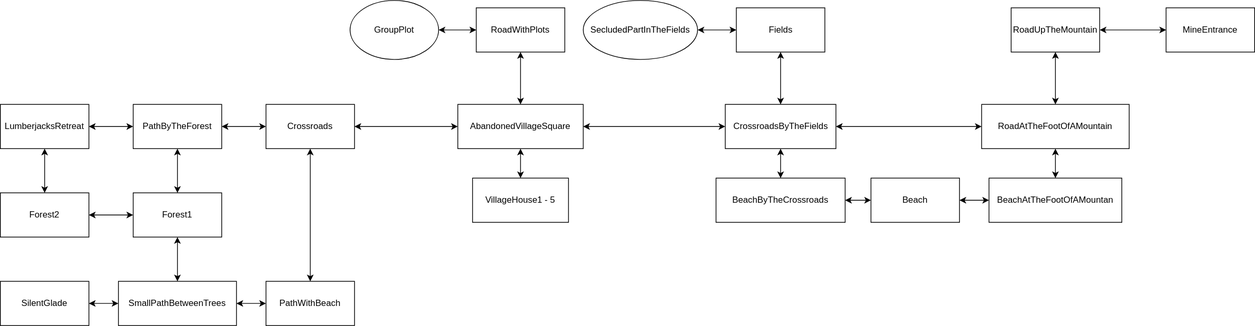
Flosus/CodeToSurvive keeps this draw.io diagram as documentation/Development/MapCeoncept.drawio.svg. Above is the earlier version. Source tidied: cells renumbered, new cells last; positions are measured from the earlier drawing's top-left corner, leaving out a move shared by most shapes.
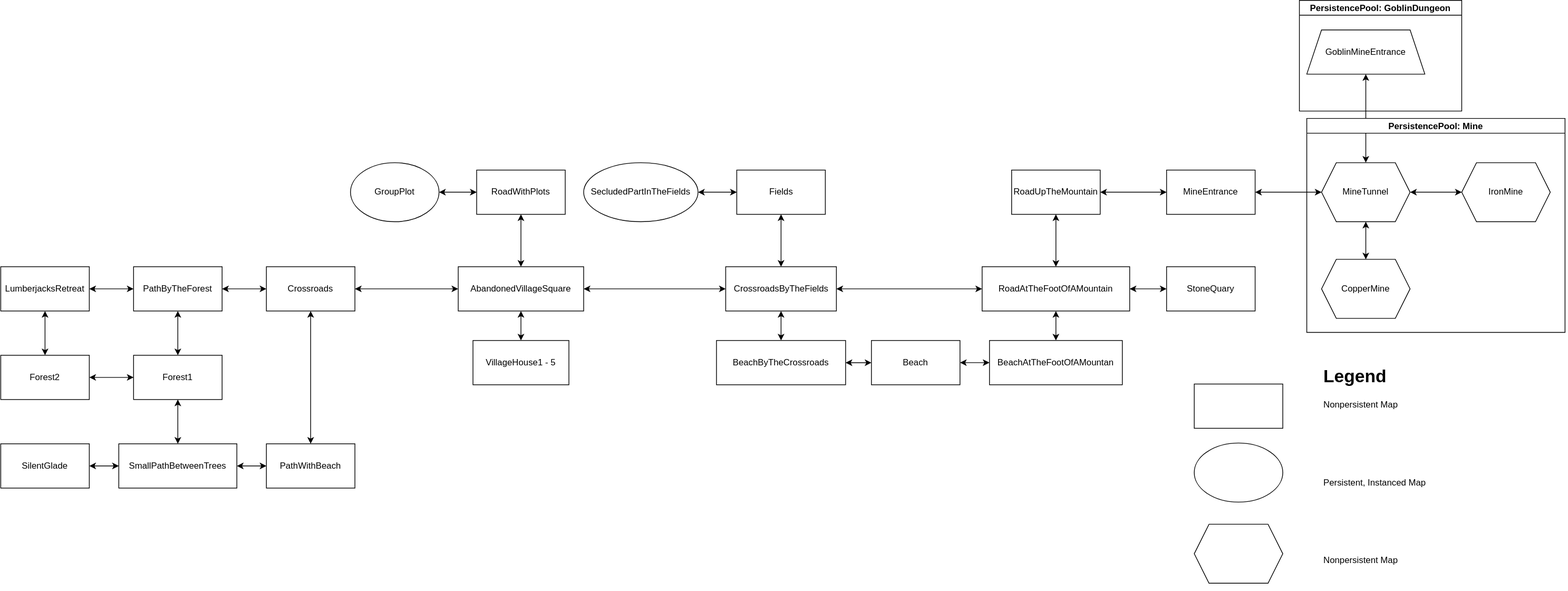
After the change.

The edit, as a diff of the source:
```diff
@@ -83,6 +83,9 @@
     <mxCell id="28" style="edgeStyle=orthogonalEdgeStyle;rounded=0;jettySize=auto;html=1;startArrow=classic;startFill=1;" parent="1" edge="1" source="29" target="35">
       <mxGeometry relative="1" as="geometry" />
     </mxCell>
+    <mxCell id="46" style="edgeStyle=orthogonalEdgeStyle;rounded=0;jettySize=auto;html=1;startArrow=classic;startFill=1;" parent="1" edge="1" source="29" target="59">
+      <mxGeometry relative="1" as="geometry" />
+    </mxCell>
     <mxCell id="29" value="RoadAtTheFootOfAMountain" style="rounded=0;whiteSpace=wrap;html=1;" parent="1" vertex="1">
       <mxGeometry x="1330" y="141" width="200" height="60" as="geometry" />
     </mxCell>
@@ -104,6 +107,9 @@
     <mxCell id="35" value="RoadUpTheMountain" style="rounded=0;whiteSpace=wrap;html=1;" parent="1" vertex="1">
       <mxGeometry x="1370" y="10" width="120" height="60" as="geometry" />
     </mxCell>
+    <mxCell id="47" style="edgeStyle=orthogonalEdgeStyle;rounded=0;jettySize=auto;html=1;startArrow=classic;startFill=1;" parent="1" edge="1" source="36" target="51">
+      <mxGeometry relative="1" as="geometry" />
+    </mxCell>
     <mxCell id="36" value="MineEntrance" style="rounded=0;whiteSpace=wrap;html=1;" parent="1" vertex="1">
       <mxGeometry x="1580" y="10" width="120" height="60" as="geometry" />
     </mxCell>
@@ -134,5 +140,47 @@
     <mxCell id="45" value="Forest2" style="rounded=0;whiteSpace=wrap;html=1;" parent="1" vertex="1">
       <mxGeometry y="261" width="120" height="60" as="geometry" />
     </mxCell>
+    <mxCell id="48" style="edgeStyle=orthogonalEdgeStyle;rounded=0;jettySize=auto;html=1;startArrow=classic;startFill=1;" parent="1" edge="1" source="51" target="52">
+      <mxGeometry relative="1" as="geometry" />
+    </mxCell>
+    <mxCell id="49" style="edgeStyle=orthogonalEdgeStyle;rounded=0;jettySize=auto;html=1;startArrow=classic;startFill=1;" parent="1" edge="1" source="51" target="53">
+      <mxGeometry relative="1" as="geometry" />
+    </mxCell>
+    <mxCell id="50" style="edgeStyle=orthogonalEdgeStyle;rounded=0;jettySize=auto;html=1;startArrow=classic;startFill=1;" parent="1" edge="1" source="51" target="54">
+      <mxGeometry relative="1" as="geometry" />
+    </mxCell>
+    <mxCell id="51" value="MineTunnel" style="shape=hexagon;perimeter=hexagonPerimeter2;whiteSpace=wrap;html=1;fixedSize=1;" parent="1" vertex="1">
+      <mxGeometry x="1790" width="120" height="80" as="geometry" />
+    </mxCell>
+    <mxCell id="52" value="IronMine" style="shape=hexagon;perimeter=hexagonPerimeter2;whiteSpace=wrap;html=1;fixedSize=1;" parent="1" vertex="1">
+      <mxGeometry x="1980" width="120" height="80" as="geometry" />
+    </mxCell>
+    <mxCell id="53" value="CopperMine" style="shape=hexagon;perimeter=hexagonPerimeter2;whiteSpace=wrap;html=1;fixedSize=1;" parent="1" vertex="1">
+      <mxGeometry x="1790" y="131" width="120" height="80" as="geometry" />
+    </mxCell>
+    <mxCell id="54" value="GoblinMineEntrance" style="shape=trapezoid;perimeter=trapezoidPerimeter;whiteSpace=wrap;html=1;fixedSize=1;" parent="1" vertex="1">
+      <mxGeometry x="1770" y="-180" width="160" height="60" as="geometry" />
+    </mxCell>
+    <mxCell id="55" value="&lt;h1&gt;Legend&lt;/h1&gt;&lt;p&gt;Nonpersistent Map&lt;/p&gt;&lt;p&gt;&lt;br&gt;&lt;/p&gt;&lt;p&gt;&lt;br&gt;&lt;/p&gt;&lt;p&gt;&lt;br&gt;&lt;/p&gt;&lt;p&gt;Persistent, Instanced Map&lt;/p&gt;&lt;p&gt;&lt;br&gt;&lt;/p&gt;&lt;p&gt;&lt;br&gt;&lt;/p&gt;&lt;p&gt;&lt;br&gt;&lt;/p&gt;&lt;p&gt;Nonpersistent Map&lt;/p&gt;" style="text;html=1;strokeColor=none;fillColor=none;spacing=5;spacingTop=-20;whiteSpace=wrap;overflow=hidden;rounded=0;" parent="1" vertex="1">
+      <mxGeometry x="1787.5" y="270" width="335" height="310" as="geometry" />
+    </mxCell>
+    <mxCell id="56" style="rounded=0;whiteSpace=wrap;html=1;" parent="1" vertex="1">
+      <mxGeometry x="1617.5" y="300" width="120" height="60" as="geometry" />
+    </mxCell>
+    <mxCell id="57" style="ellipse;whiteSpace=wrap;html=1;" parent="1" vertex="1">
+      <mxGeometry x="1617.5" y="380" width="120" height="80" as="geometry" />
+    </mxCell>
+    <mxCell id="58" style="shape=hexagon;perimeter=hexagonPerimeter2;whiteSpace=wrap;html=1;fixedSize=1;" parent="1" vertex="1">
+      <mxGeometry x="1617.5" y="490" width="120" height="80" as="geometry" />
+    </mxCell>
+    <mxCell id="59" value="StoneQuary" style="rounded=0;whiteSpace=wrap;html=1;" parent="1" vertex="1">
+      <mxGeometry x="1580" y="141" width="120" height="60" as="geometry" />
+    </mxCell>
+    <mxCell id="60" value="PersistencePool: Mine" style="swimlane;startSize=20;horizontal=1;containerType=tree;" parent="1" vertex="1">
+      <mxGeometry x="1770" y="-60" width="350" height="290" as="geometry" />
+    </mxCell>
+    <mxCell id="61" value="PersistencePool: GoblinDungeon" style="swimlane;startSize=20;horizontal=1;containerType=tree;" parent="1" vertex="1">
+      <mxGeometry x="1760" y="-220" width="220" height="150" as="geometry" />
+    </mxCell>
   </root>
 </mxGraphModel>
```
